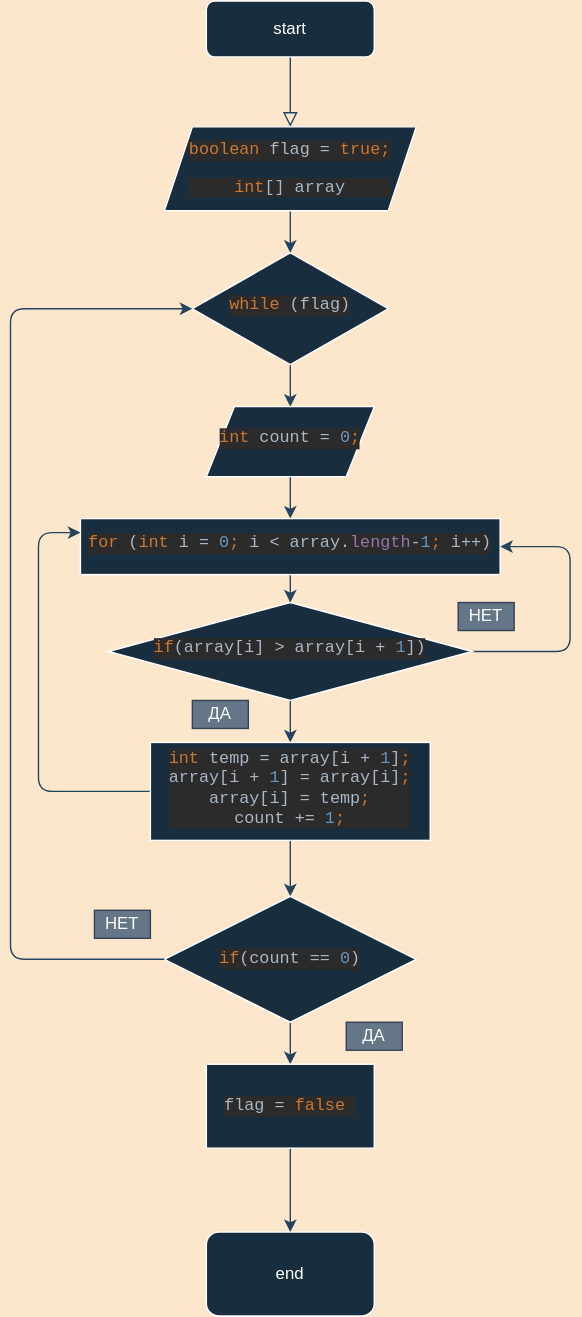
Before: homework2/Untitled Di.svg, a diagram exported from draw.io (lavyshyk/homeWorks). Source tidied: cells renumbered, new cells last; positions are measured from the earlier drawing's top-left corner, leaving out a move shared by most shapes. Its diagram source:
```xml
<mxGraphModel background="#FCE7CD">
  <root>
    <mxCell id="0" />
    <mxCell id="1" parent="0" />
    <mxCell id="2" style="rounded=0;html=1;jettySize=auto;fontSize=11;endArrow=block;endFill=0;endSize=8;strokeWidth=1;shadow=0;labelBackgroundColor=none;edgeStyle=orthogonalEdgeStyle;strokeColor=#23445D;" parent="1" edge="1" source="3">
      <mxGeometry relative="1" as="geometry">
        <mxPoint x="200" y="90" as="targetPoint" />
      </mxGeometry>
    </mxCell>
    <mxCell id="3" value="start" style="rounded=1;whiteSpace=wrap;html=1;fontSize=12;glass=0;strokeWidth=1;shadow=0;fillColor=#182E3E;strokeColor=#FFFFFF;fontColor=#FFFFFF;" parent="1" vertex="1">
      <mxGeometry x="140" width="120" height="40" as="geometry" />
    </mxCell>
    <mxCell id="4" style="edgeStyle=orthogonalEdgeStyle;rounded=0;jettySize=auto;html=1;strokeColor=#23445D;labelBackgroundColor=#FCE7CD;" parent="1" edge="1" source="5" target="9">
      <mxGeometry relative="1" as="geometry" />
    </mxCell>
    <mxCell id="5" value="&lt;pre style=&quot;background-color: #2b2b2b ; color: #a9b7c6 ; font-family: &amp;#34;jetbrains mono&amp;#34; , monospace ; font-size: 9 8pt&quot;&gt;&lt;span style=&quot;color: #cc7832&quot;&gt;while &lt;/span&gt;(flag)&lt;/pre&gt;" style="rhombus;whiteSpace=wrap;html=1;shadow=0;fontFamily=Helvetica;fontSize=12;align=center;strokeWidth=1;spacing=6;spacingTop=-4;fillColor=#182E3E;strokeColor=#FFFFFF;fontColor=#FFFFFF;" parent="1" vertex="1">
      <mxGeometry x="130" y="180" width="140" height="80" as="geometry" />
    </mxCell>
    <mxCell id="6" style="edgeStyle=orthogonalEdgeStyle;rounded=0;jettySize=auto;html=1;strokeColor=#23445D;labelBackgroundColor=#FCE7CD;" parent="1" edge="1" target="5">
      <mxGeometry relative="1" as="geometry">
        <mxPoint x="200" y="150" as="sourcePoint" />
      </mxGeometry>
    </mxCell>
    <mxCell id="7" value="&lt;pre style=&quot;background-color: #2b2b2b ; color: #a9b7c6 ; font-family: &amp;#34;jetbrains mono&amp;#34; , monospace ; font-size: 9 8pt&quot;&gt;&lt;span style=&quot;color: #cc7832&quot;&gt;boolean &lt;/span&gt;flag = &lt;span style=&quot;color: #cc7832&quot;&gt;true;&lt;/span&gt;&lt;/pre&gt;&lt;pre style=&quot;background-color: #2b2b2b ; color: #a9b7c6 ; font-family: &amp;#34;jetbrains mono&amp;#34; , monospace ; font-size: 9 8pt&quot;&gt;&lt;pre style=&quot;font-family: &amp;#34;jetbrains mono&amp;#34; , monospace&quot;&gt;&lt;span style=&quot;color: #cc7832&quot;&gt;int&lt;/span&gt;[] array&lt;/pre&gt;&lt;/pre&gt;" style="shape=parallelogram;perimeter=parallelogramPerimeter;whiteSpace=wrap;html=1;fixedSize=1;fillColor=#182E3E;strokeColor=#FFFFFF;fontColor=#FFFFFF;" parent="1" vertex="1">
      <mxGeometry x="110" y="90" width="180" height="60" as="geometry" />
    </mxCell>
    <mxCell id="8" style="edgeStyle=orthogonalEdgeStyle;rounded=0;jettySize=auto;html=1;strokeColor=#23445D;labelBackgroundColor=#FCE7CD;" parent="1" edge="1" source="9" target="11">
      <mxGeometry relative="1" as="geometry" />
    </mxCell>
    <mxCell id="9" value="&lt;pre style=&quot;background-color: #2b2b2b ; color: #a9b7c6 ; font-family: &amp;quot;jetbrains mono&amp;quot; , monospace ; font-size: 9 8pt&quot;&gt;&lt;span style=&quot;color: #cc7832&quot;&gt;int &lt;/span&gt;count = &lt;span style=&quot;color: #6897bb&quot;&gt;0&lt;/span&gt;&lt;span style=&quot;color: #cc7832&quot;&gt;;&lt;/span&gt;&lt;/pre&gt;" style="shape=parallelogram;perimeter=parallelogramPerimeter;whiteSpace=wrap;html=1;fixedSize=1;shadow=0;strokeWidth=1;spacing=6;spacingTop=-4;fillColor=#182E3E;strokeColor=#FFFFFF;fontColor=#FFFFFF;" parent="1" vertex="1">
      <mxGeometry x="140" y="290" width="120" height="50" as="geometry" />
    </mxCell>
    <mxCell id="10" style="edgeStyle=orthogonalEdgeStyle;rounded=0;jettySize=auto;html=1;strokeColor=#23445D;labelBackgroundColor=#FCE7CD;" parent="1" edge="1" source="11" target="14">
      <mxGeometry relative="1" as="geometry" />
    </mxCell>
    <mxCell id="11" value="&lt;pre style=&quot;background-color: #2b2b2b ; color: #a9b7c6 ; font-family: &amp;quot;jetbrains mono&amp;quot; , monospace ; font-size: 9 8pt&quot;&gt;&lt;span style=&quot;color: #cc7832&quot;&gt;for &lt;/span&gt;(&lt;span style=&quot;color: #cc7832&quot;&gt;int &lt;/span&gt;i = &lt;span style=&quot;color: #6897bb&quot;&gt;0&lt;/span&gt;&lt;span style=&quot;color: #cc7832&quot;&gt;; &lt;/span&gt;i &amp;lt; array.&lt;span style=&quot;color: #9876aa&quot;&gt;length&lt;/span&gt;-&lt;span style=&quot;color: #6897bb&quot;&gt;1&lt;/span&gt;&lt;span style=&quot;color: #cc7832&quot;&gt;; &lt;/span&gt;i++)&lt;/pre&gt;" style="whiteSpace=wrap;html=1;shadow=0;strokeWidth=1;spacing=6;spacingTop=-4;fillColor=#182E3E;strokeColor=#FFFFFF;fontColor=#FFFFFF;" parent="1" vertex="1">
      <mxGeometry x="50" y="370" width="300" height="40" as="geometry" />
    </mxCell>
    <mxCell id="12" style="edgeStyle=orthogonalEdgeStyle;rounded=0;jettySize=auto;html=1;strokeColor=#23445D;labelBackgroundColor=#FCE7CD;" parent="1" edge="1" source="14" target="17">
      <mxGeometry relative="1" as="geometry" />
    </mxCell>
    <mxCell id="13" style="edgeStyle=orthogonalEdgeStyle;curved=0;rounded=1;sketch=0;jettySize=auto;html=1;entryX=1;entryY=0.5;entryDx=0;entryDy=0;strokeColor=#23445D;" parent="1" edge="1" source="14" target="11">
      <mxGeometry relative="1" as="geometry">
        <Array as="points">
          <mxPoint x="400" y="465" />
          <mxPoint x="400" y="390" />
        </Array>
      </mxGeometry>
    </mxCell>
    <mxCell id="14" value="&lt;pre style=&quot;background-color: #2b2b2b ; color: #a9b7c6 ; font-family: &amp;#34;jetbrains mono&amp;#34; , monospace ; font-size: 9 8pt&quot;&gt;&lt;span style=&quot;color: #cc7832&quot;&gt;if&lt;/span&gt;(array[i] &amp;gt; array[i + &lt;span style=&quot;color: #6897bb&quot;&gt;1&lt;/span&gt;])&lt;br&gt;&lt;/pre&gt;" style="rhombus;whiteSpace=wrap;html=1;shadow=0;strokeWidth=1;spacing=6;spacingTop=-4;fillColor=#182E3E;strokeColor=#FFFFFF;fontColor=#FFFFFF;" parent="1" vertex="1">
      <mxGeometry x="70" y="430" width="260" height="70" as="geometry" />
    </mxCell>
    <mxCell id="15" style="edgeStyle=orthogonalEdgeStyle;curved=0;rounded=1;sketch=0;jettySize=auto;html=1;strokeColor=#23445D;entryX=0;entryY=0.25;entryDx=0;entryDy=0;" parent="1" edge="1" source="17" target="11">
      <mxGeometry relative="1" as="geometry">
        <Array as="points">
          <mxPoint x="20" y="565" />
          <mxPoint x="20" y="380" />
        </Array>
      </mxGeometry>
    </mxCell>
    <mxCell id="16" style="edgeStyle=orthogonalEdgeStyle;curved=0;rounded=1;sketch=0;jettySize=auto;html=1;strokeColor=#23445D;" parent="1" edge="1" source="17" target="19">
      <mxGeometry relative="1" as="geometry" />
    </mxCell>
    <mxCell id="17" value="&lt;pre style=&quot;background-color: #2b2b2b ; color: #a9b7c6 ; font-family: &amp;#34;jetbrains mono&amp;#34; , monospace ; font-size: 9 8pt&quot;&gt;&lt;span style=&quot;color: #cc7832&quot;&gt;int &lt;/span&gt;temp = array[i + &lt;span style=&quot;color: #6897bb&quot;&gt;1&lt;/span&gt;]&lt;span style=&quot;color: #cc7832&quot;&gt;;&lt;br&gt;&lt;/span&gt;array[i + &lt;span style=&quot;color: #6897bb&quot;&gt;1&lt;/span&gt;] = array[i]&lt;span style=&quot;color: #cc7832&quot;&gt;;&lt;br&gt;&lt;/span&gt;array[i] = temp&lt;span style=&quot;color: #cc7832&quot;&gt;;&lt;br&gt;&lt;/span&gt;count += &lt;span style=&quot;color: #6897bb&quot;&gt;1&lt;/span&gt;&lt;span style=&quot;color: #cc7832&quot;&gt;;&lt;/span&gt;&lt;/pre&gt;" style="whiteSpace=wrap;html=1;shadow=0;strokeWidth=1;spacing=6;spacingTop=-4;fillColor=#182E3E;strokeColor=#FFFFFF;fontColor=#FFFFFF;" parent="1" vertex="1">
      <mxGeometry x="100" y="530" width="200" height="70" as="geometry" />
    </mxCell>
    <mxCell id="18" style="edgeStyle=orthogonalEdgeStyle;curved=0;rounded=1;sketch=0;jettySize=auto;html=1;strokeColor=#23445D;" parent="1" edge="1" source="19" target="27">
      <mxGeometry relative="1" as="geometry" />
    </mxCell>
    <mxCell id="19" value="&lt;pre style=&quot;background-color: #2b2b2b ; color: #a9b7c6 ; font-family: &amp;#34;jetbrains mono&amp;#34; , monospace ; font-size: 9 8pt&quot;&gt;&lt;span style=&quot;color: #cc7832&quot;&gt;if&lt;/span&gt;(count == &lt;span style=&quot;color: #6897bb&quot;&gt;0&lt;/span&gt;)&lt;/pre&gt;" style="rhombus;whiteSpace=wrap;html=1;rounded=0;sketch=0;strokeColor=#FFFFFF;fillColor=#182E3E;fontColor=#FFFFFF;" parent="1" vertex="1">
      <mxGeometry x="110" y="640" width="180" height="90" as="geometry" />
    </mxCell>
    <mxCell id="20" style="edgeStyle=orthogonalEdgeStyle;curved=0;rounded=1;sketch=0;jettySize=auto;html=1;strokeColor=#23445D;entryX=0;entryY=0.5;entryDx=0;entryDy=0;exitX=0;exitY=0.5;exitDx=0;exitDy=0;" parent="1" edge="1" source="19" target="5">
      <mxGeometry relative="1" as="geometry">
        <Array as="points">
          <mxPoint y="685" />
          <mxPoint y="220" />
        </Array>
      </mxGeometry>
    </mxCell>
    <mxCell id="21" value="end" style="rounded=1;whiteSpace=wrap;html=1;sketch=0;strokeColor=#FFFFFF;fillColor=#182E3E;fontColor=#FFFFFF;" parent="1" vertex="1">
      <mxGeometry x="140" y="880" width="120" height="60" as="geometry" />
    </mxCell>
    <mxCell id="22" value="ДА" style="text;html=1;strokeColor=#314354;fillColor=#647687;align=center;verticalAlign=middle;whiteSpace=wrap;rounded=0;sketch=0;fontColor=#ffffff;" parent="1" vertex="1">
      <mxGeometry x="130" y="500" width="40" height="20" as="geometry" />
    </mxCell>
    <mxCell id="23" value="НЕТ" style="text;html=1;strokeColor=#314354;fillColor=#647687;align=center;verticalAlign=middle;whiteSpace=wrap;rounded=0;sketch=0;fontColor=#ffffff;" parent="1" vertex="1">
      <mxGeometry x="320" y="430" width="40" height="20" as="geometry" />
    </mxCell>
    <mxCell id="24" value="НЕТ" style="text;html=1;strokeColor=#314354;fillColor=#647687;align=center;verticalAlign=middle;whiteSpace=wrap;rounded=0;sketch=0;fontColor=#ffffff;" parent="1" vertex="1">
      <mxGeometry x="60" y="650" width="40" height="20" as="geometry" />
    </mxCell>
    <mxCell id="25" value="ДА" style="text;html=1;strokeColor=#314354;fillColor=#647687;align=center;verticalAlign=middle;whiteSpace=wrap;rounded=0;sketch=0;fontColor=#ffffff;" parent="1" vertex="1">
      <mxGeometry x="240" y="730" width="40" height="20" as="geometry" />
    </mxCell>
    <mxCell id="26" style="edgeStyle=orthogonalEdgeStyle;curved=0;rounded=1;sketch=0;jettySize=auto;html=1;strokeColor=#23445D;" parent="1" edge="1" source="27" target="21">
      <mxGeometry relative="1" as="geometry" />
    </mxCell>
    <mxCell id="27" value="&#10;&#10;&lt;pre style=&quot;font-size: 12px ; font-style: normal ; font-weight: 400 ; letter-spacing: normal ; text-align: center ; text-indent: 0px ; text-transform: none ; word-spacing: 0px ; background-color: rgb(43 , 43 , 43) ; color: rgb(169 , 183 , 198) ; font-family: &amp;quot;jetbrains mono&amp;quot; , monospace&quot;&gt;&lt;span&gt;flag = &lt;/span&gt;&lt;span style=&quot;color: rgb(204 , 120 , 50)&quot;&gt;false&lt;/span&gt; &lt;/pre&gt;&#10;&#10;" style="rounded=0;whiteSpace=wrap;html=1;sketch=0;strokeColor=#FFFFFF;fillColor=#182E3E;fontColor=#FFFFFF;" parent="1" vertex="1">
      <mxGeometry x="140" y="760" width="120" height="60" as="geometry" />
    </mxCell>
  </root>
</mxGraphModel>
```
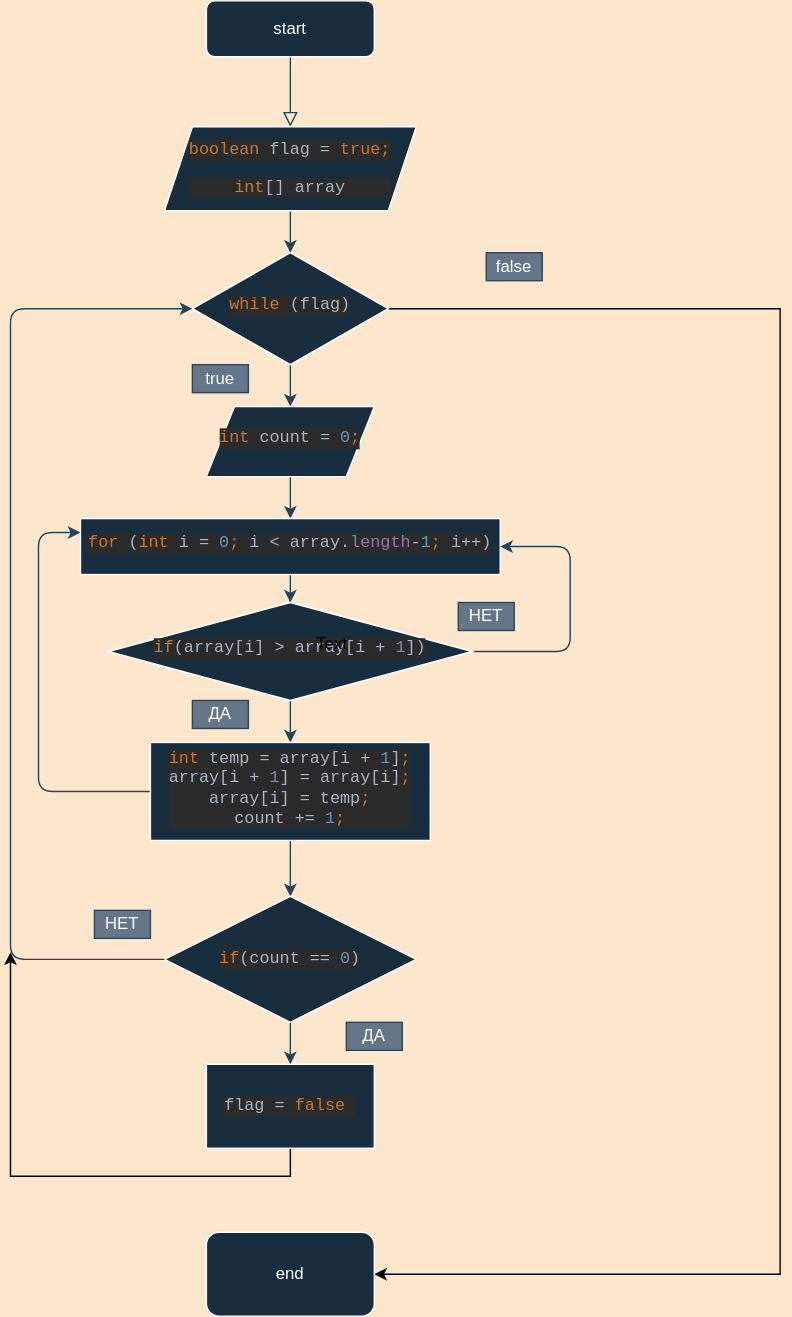
After the change.

Change to the diagram source:
```diff
@@ -13,6 +13,14 @@
     <mxCell id="4" style="edgeStyle=orthogonalEdgeStyle;rounded=0;jettySize=auto;html=1;strokeColor=#23445D;labelBackgroundColor=#FCE7CD;" parent="1" edge="1" source="5" target="9">
       <mxGeometry relative="1" as="geometry" />
     </mxCell>
+    <mxCell id="28" style="edgeStyle=orthogonalEdgeStyle;rounded=0;jettySize=auto;html=1;entryX=1;entryY=0.5;entryDx=0;entryDy=0;" parent="1" edge="1" source="5" target="21">
+      <mxGeometry relative="1" as="geometry">
+        <Array as="points">
+          <mxPoint x="550" y="220" />
+          <mxPoint x="550" y="910" />
+        </Array>
+      </mxGeometry>
+    </mxCell>
     <mxCell id="5" value="&lt;pre style=&quot;background-color: #2b2b2b ; color: #a9b7c6 ; font-family: &amp;#34;jetbrains mono&amp;#34; , monospace ; font-size: 9 8pt&quot;&gt;&lt;span style=&quot;color: #cc7832&quot;&gt;while &lt;/span&gt;(flag)&lt;/pre&gt;" style="rhombus;whiteSpace=wrap;html=1;shadow=0;fontFamily=Helvetica;fontSize=12;align=center;strokeWidth=1;spacing=6;spacingTop=-4;fillColor=#182E3E;strokeColor=#FFFFFF;fontColor=#FFFFFF;" parent="1" vertex="1">
       <mxGeometry x="130" y="180" width="140" height="80" as="geometry" />
     </mxCell>
@@ -93,11 +101,26 @@
     <mxCell id="25" value="ДА" style="text;html=1;strokeColor=#314354;fillColor=#647687;align=center;verticalAlign=middle;whiteSpace=wrap;rounded=0;sketch=0;fontColor=#ffffff;" parent="1" vertex="1">
       <mxGeometry x="240" y="730" width="40" height="20" as="geometry" />
     </mxCell>
-    <mxCell id="26" style="edgeStyle=orthogonalEdgeStyle;curved=0;rounded=1;sketch=0;jettySize=auto;html=1;strokeColor=#23445D;" parent="1" edge="1" source="27" target="21">
-      <mxGeometry relative="1" as="geometry" />
-    </mxCell>
+    <mxCell id="29" style="edgeStyle=orthogonalEdgeStyle;rounded=0;jettySize=auto;html=1;exitX=0.5;exitY=1;exitDx=0;exitDy=0;" parent="1" edge="1" source="27">
+      <mxGeometry relative="1" as="geometry">
+        <mxPoint y="680" as="targetPoint" />
+        <Array as="points">
+          <mxPoint x="200" y="840" />
+          <mxPoint y="840" />
+        </Array>
+      </mxGeometry>
+    </mxCell>
     <mxCell id="27" value="&#10;&#10;&lt;pre style=&quot;font-size: 12px ; font-style: normal ; font-weight: 400 ; letter-spacing: normal ; text-align: center ; text-indent: 0px ; text-transform: none ; word-spacing: 0px ; background-color: rgb(43 , 43 , 43) ; color: rgb(169 , 183 , 198) ; font-family: &amp;quot;jetbrains mono&amp;quot; , monospace&quot;&gt;&lt;span&gt;flag = &lt;/span&gt;&lt;span style=&quot;color: rgb(204 , 120 , 50)&quot;&gt;false&lt;/span&gt; &lt;/pre&gt;&#10;&#10;" style="rounded=0;whiteSpace=wrap;html=1;sketch=0;strokeColor=#FFFFFF;fillColor=#182E3E;fontColor=#FFFFFF;" parent="1" vertex="1">
       <mxGeometry x="140" y="760" width="120" height="60" as="geometry" />
     </mxCell>
+    <mxCell id="30" value="Text" style="text;html=1;strokeColor=none;fillColor=none;align=center;verticalAlign=middle;whiteSpace=wrap;rounded=0;" parent="1" vertex="1">
+      <mxGeometry x="210" y="450" width="40" height="20" as="geometry" />
+    </mxCell>
+    <mxCell id="31" value="false" style="text;html=1;strokeColor=#314354;fillColor=#647687;align=center;verticalAlign=middle;whiteSpace=wrap;rounded=0;fontColor=#ffffff;" parent="1" vertex="1">
+      <mxGeometry x="340" y="180" width="40" height="20" as="geometry" />
+    </mxCell>
+    <mxCell id="32" value="true" style="text;html=1;strokeColor=#314354;fillColor=#647687;align=center;verticalAlign=middle;whiteSpace=wrap;rounded=0;fontColor=#ffffff;" parent="1" vertex="1">
+      <mxGeometry x="130" y="260" width="40" height="20" as="geometry" />
+    </mxCell>
   </root>
 </mxGraphModel>
```
